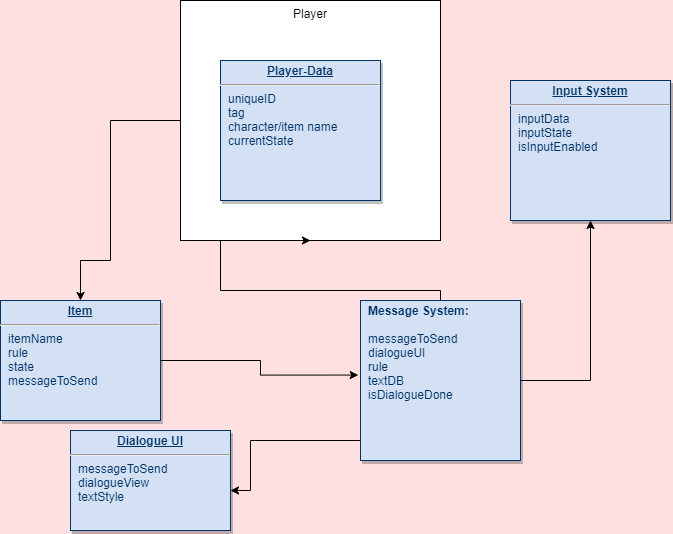
This is Design Diagrams/Dialogue_Influence_Diagram.drawio.png from swiimii/senior-design, a draw.io export, as it was before one commit. Source tidied: cells renumbered, new cells last; positions are measured from the earlier drawing's top-left corner, leaving out a move shared by most shapes. The source it was exported from:
```xml
<mxGraphModel background="#FFE0E0">
  <root>
    <mxCell id="0" />
    <mxCell id="1" parent="0" />
    <mxCell id="2" style="edgeStyle=orthogonalEdgeStyle;rounded=0;jettySize=auto;html=1;entryX=0.5;entryY=0;entryDx=0;entryDy=0;" parent="1" edge="1" source="3" target="9">
      <mxGeometry relative="1" as="geometry">
        <Array as="points">
          <mxPoint x="110" y="260" />
          <mxPoint x="80" y="260" />
        </Array>
      </mxGeometry>
    </mxCell>
    <mxCell id="3" value="Player" style="rounded=0;whiteSpace=wrap;html=1;verticalAlign=top;" parent="1" vertex="1">
      <mxGeometry x="180" width="260" height="240" as="geometry" />
    </mxCell>
    <mxCell id="4" style="edgeStyle=orthogonalEdgeStyle;rounded=0;jettySize=auto;html=1;" parent="1" edge="1" source="7" target="11">
      <mxGeometry relative="1" as="geometry">
        <Array as="points">
          <mxPoint x="250" y="440" />
          <mxPoint x="250" y="490" />
        </Array>
      </mxGeometry>
    </mxCell>
    <mxCell id="5" style="edgeStyle=orthogonalEdgeStyle;rounded=0;jettySize=auto;html=1;entryX=0.5;entryY=1;entryDx=0;entryDy=0;" parent="1" edge="1" source="7" target="3">
      <mxGeometry relative="1" as="geometry">
        <Array as="points">
          <mxPoint x="220" y="290" />
          <mxPoint x="220" y="240" />
        </Array>
      </mxGeometry>
    </mxCell>
    <mxCell id="6" style="edgeStyle=orthogonalEdgeStyle;rounded=0;jettySize=auto;html=1;" parent="1" edge="1" source="7">
      <mxGeometry relative="1" as="geometry">
        <mxPoint x="590" y="220" as="targetPoint" />
      </mxGeometry>
    </mxCell>
    <mxCell id="7" value="&lt;p style=&quot;margin: 0px ; margin-top: 4px ; text-align: center ; text-decoration: underline&quot;&gt;&lt;/p&gt;&lt;p style=&quot;margin: 0px ; margin-left: 8px&quot;&gt;&lt;b&gt;Message System:&lt;/b&gt;&lt;/p&gt;&lt;p style=&quot;margin: 0px ; margin-left: 8px&quot;&gt;&lt;b&gt;&lt;br&gt;&lt;/b&gt;&lt;/p&gt;&lt;p style=&quot;margin: 0px ; margin-left: 8px&quot;&gt;messageToSend&lt;/p&gt;&lt;p style=&quot;margin: 0px ; margin-left: 8px&quot;&gt;dialogueUI&lt;/p&gt;&lt;p style=&quot;margin: 0px ; margin-left: 8px&quot;&gt;rule&lt;/p&gt;&lt;p style=&quot;margin: 0px ; margin-left: 8px&quot;&gt;textDB&lt;/p&gt;&lt;p style=&quot;margin: 0px ; margin-left: 8px&quot;&gt;isDialogueDone&lt;/p&gt;&lt;p style=&quot;margin: 0px ; margin-left: 8px&quot;&gt;&lt;b&gt;&lt;br&gt;&lt;/b&gt;&lt;/p&gt;&lt;p style=&quot;margin: 0px ; margin-left: 8px&quot;&gt;&lt;br&gt;&lt;/p&gt;" style="verticalAlign=top;align=left;overflow=fill;fontSize=12;fontFamily=Helvetica;html=1;strokeColor=#003366;shadow=1;fillColor=#D4E1F5;fontColor=#003366;" parent="1" vertex="1">
      <mxGeometry x="360" y="300" width="160" height="160" as="geometry" />
    </mxCell>
    <mxCell id="8" style="edgeStyle=orthogonalEdgeStyle;rounded=0;jettySize=auto;html=1;entryX=-0.014;entryY=0.466;entryDx=0;entryDy=0;entryPerimeter=0;" parent="1" edge="1" source="9" target="7">
      <mxGeometry relative="1" as="geometry" />
    </mxCell>
    <mxCell id="9" value="&lt;p style=&quot;margin: 0px ; margin-top: 4px ; text-align: center ; text-decoration: underline&quot;&gt;&lt;strong&gt;Item&lt;/strong&gt;&lt;/p&gt;&lt;hr&gt;&lt;p style=&quot;margin: 0px ; margin-left: 8px&quot;&gt;&lt;span&gt;itemName&lt;/span&gt;&lt;br&gt;&lt;/p&gt;&lt;p style=&quot;margin: 0px ; margin-left: 8px&quot;&gt;&lt;span&gt;rule&lt;/span&gt;&lt;/p&gt;&lt;p style=&quot;margin: 0px ; margin-left: 8px&quot;&gt;&lt;span&gt;state&lt;/span&gt;&lt;/p&gt;&lt;p style=&quot;margin: 0px ; margin-left: 8px&quot;&gt;&lt;span&gt;messageToSend&lt;/span&gt;&lt;/p&gt;&lt;p style=&quot;margin: 0px ; margin-left: 8px&quot;&gt;&lt;span&gt;&lt;br&gt;&lt;/span&gt;&lt;/p&gt;" style="verticalAlign=top;align=left;overflow=fill;fontSize=12;fontFamily=Helvetica;html=1;strokeColor=#003366;shadow=1;fillColor=#D4E1F5;fontColor=#003366;" parent="1" vertex="1">
      <mxGeometry y="300" width="160" height="120" as="geometry" />
    </mxCell>
    <mxCell id="10" value="&lt;p style=&quot;margin: 0px ; margin-top: 4px ; text-align: center ; text-decoration: underline&quot;&gt;&lt;strong&gt;Player-Data&lt;/strong&gt;&lt;/p&gt;&lt;hr&gt;&lt;p style=&quot;margin: 0px ; margin-left: 8px&quot;&gt;uniqueID&lt;/p&gt;&lt;p style=&quot;margin: 0px ; margin-left: 8px&quot;&gt;tag&lt;/p&gt;&lt;p style=&quot;margin: 0px ; margin-left: 8px&quot;&gt;character/item name&lt;/p&gt;&lt;p style=&quot;margin: 0px ; margin-left: 8px&quot;&gt;currentState&lt;/p&gt;&lt;p style=&quot;margin: 0px ; margin-left: 8px&quot;&gt;&lt;br&gt;&lt;/p&gt;" style="verticalAlign=top;align=left;overflow=fill;fontSize=12;fontFamily=Helvetica;html=1;strokeColor=#003366;shadow=1;fillColor=#D4E1F5;fontColor=#003366;" parent="1" vertex="1">
      <mxGeometry x="220" y="60" width="160" height="140" as="geometry" />
    </mxCell>
    <mxCell id="11" value="&lt;p style=&quot;margin: 0px ; margin-top: 4px ; text-align: center ; text-decoration: underline&quot;&gt;&lt;b&gt;Dialogue UI&lt;/b&gt;&lt;/p&gt;&lt;hr&gt;&lt;p style=&quot;margin: 0px ; margin-left: 8px&quot;&gt;messageToSend&lt;/p&gt;&lt;p style=&quot;margin: 0px ; margin-left: 8px&quot;&gt;dialogueView&lt;/p&gt;&lt;p style=&quot;margin: 0px ; margin-left: 8px&quot;&gt;textStyle&lt;/p&gt;&lt;p style=&quot;margin: 0px ; margin-left: 8px&quot;&gt;&lt;br&gt;&lt;/p&gt;&lt;p style=&quot;margin: 0px ; margin-left: 8px&quot;&gt;&lt;span&gt;&lt;br&gt;&lt;/span&gt;&lt;/p&gt;" style="verticalAlign=top;align=left;overflow=fill;fontSize=12;fontFamily=Helvetica;html=1;strokeColor=#003366;shadow=1;fillColor=#D4E1F5;fontColor=#003366;" parent="1" vertex="1">
      <mxGeometry x="70" y="430" width="160" height="100" as="geometry" />
    </mxCell>
    <mxCell id="12" value="&lt;p style=&quot;margin: 0px ; margin-top: 4px ; text-align: center ; text-decoration: underline&quot;&gt;&lt;strong&gt;Input System&lt;/strong&gt;&lt;/p&gt;&lt;hr&gt;&lt;p style=&quot;margin: 0px ; margin-left: 8px&quot;&gt;inputData&lt;/p&gt;&lt;p style=&quot;margin: 0px ; margin-left: 8px&quot;&gt;inputState&lt;/p&gt;&lt;p style=&quot;margin: 0px ; margin-left: 8px&quot;&gt;isInputEnabled&lt;/p&gt;&lt;p style=&quot;margin: 0px ; margin-left: 8px&quot;&gt;&lt;br&gt;&lt;/p&gt;&lt;p style=&quot;margin: 0px ; margin-left: 8px&quot;&gt;&lt;span&gt;&lt;br&gt;&lt;/span&gt;&lt;/p&gt;" style="verticalAlign=top;align=left;overflow=fill;fontSize=12;fontFamily=Helvetica;html=1;strokeColor=#003366;shadow=1;fillColor=#D4E1F5;fontColor=#003366;" parent="1" vertex="1">
      <mxGeometry x="510" y="80" width="160" height="140" as="geometry" />
    </mxCell>
  </root>
</mxGraphModel>
```
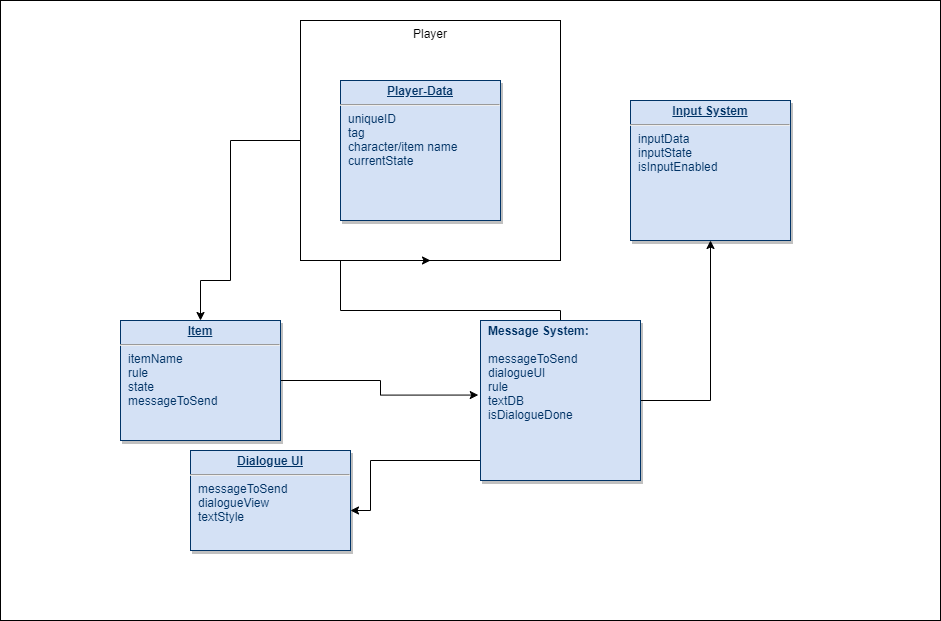
The same diagram one commit later.

What changed in the source:
```diff
@@ -1,7 +1,10 @@
-<mxGraphModel background="#FFE0E0">
+<mxGraphModel>
   <root>
     <mxCell id="0" />
     <mxCell id="1" parent="0" />
+    <mxCell id="13" style="rounded=0;whiteSpace=wrap;html=1;verticalAlign=top;" parent="1" vertex="1">
+      <mxGeometry x="-120" y="-20" width="940" height="620" as="geometry" />
+    </mxCell>
     <mxCell id="2" style="edgeStyle=orthogonalEdgeStyle;rounded=0;jettySize=auto;html=1;entryX=0.5;entryY=0;entryDx=0;entryDy=0;" parent="1" edge="1" source="3" target="9">
       <mxGeometry relative="1" as="geometry">
         <Array as="points">
```
